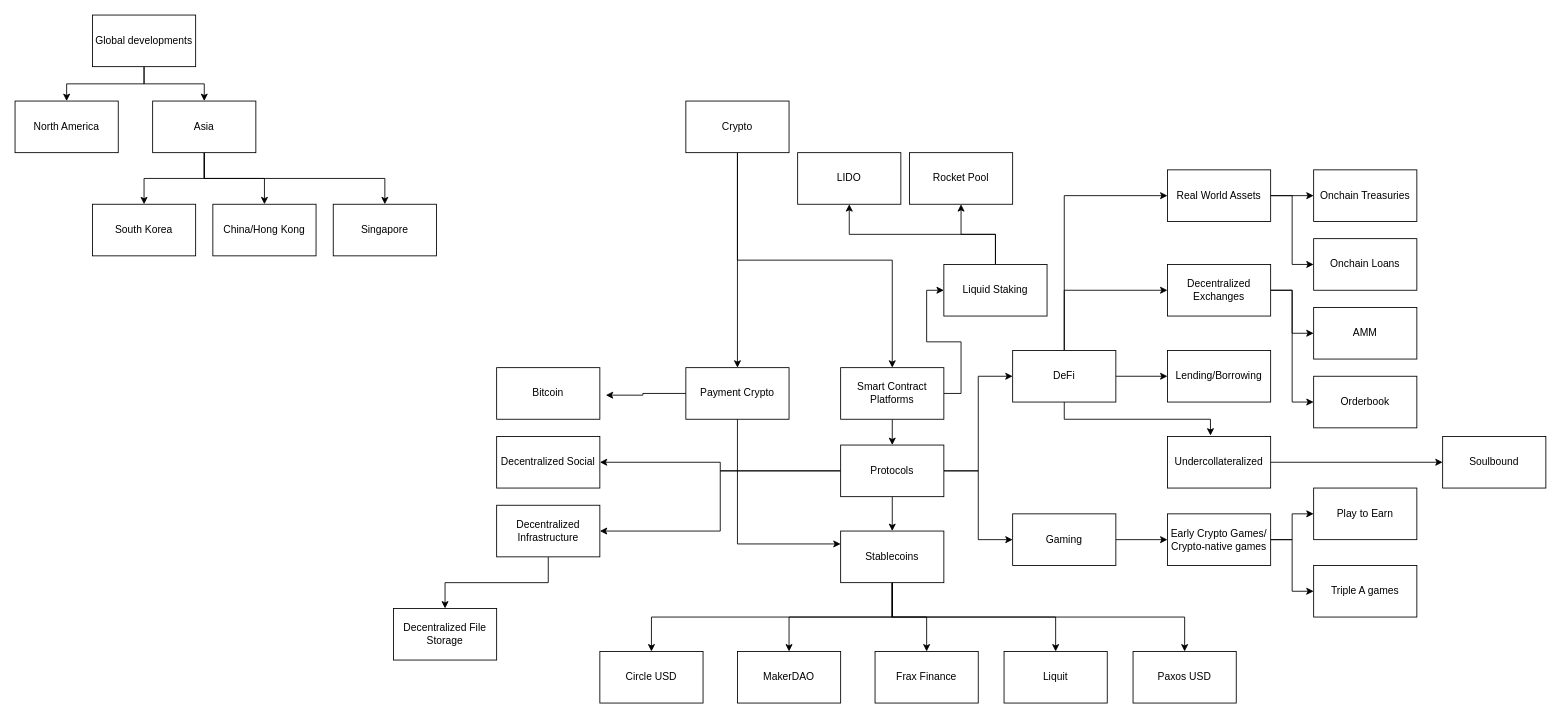
Earlier version of the draw.io diagram Untitled Diagram.drawio (mzhao8/smartcontracts). Source tidied: cells renumbered, new cells numbered last; positions are measured from the earlier drawing's top-left corner, leaving out a move shared by most shapes. Both pictures are drawn from the tidied source at 86%, with x=0, y=0 at pixel (15, 15).
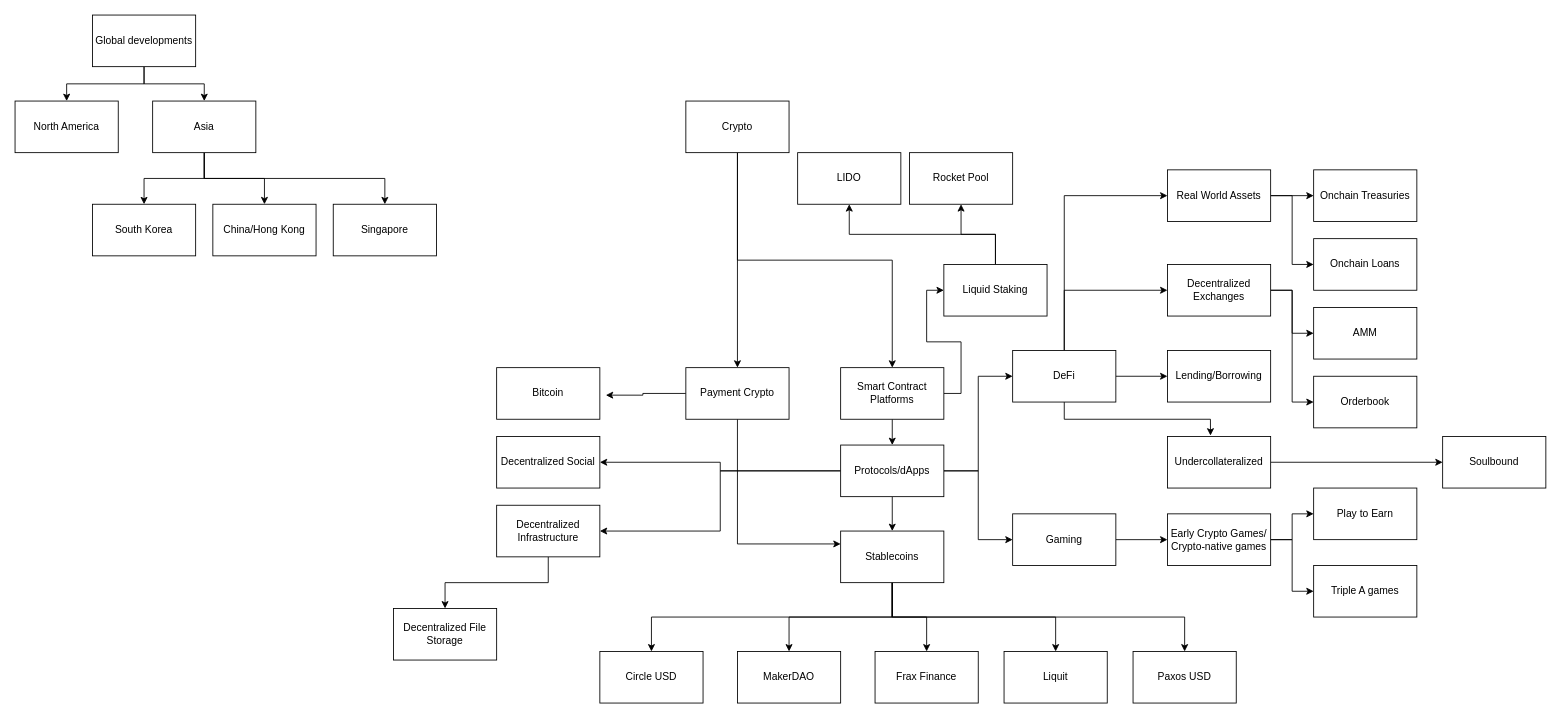
After the change.

What changed in the source:
```diff
@@
-    <mxCell id="16" value="Protocols" style="rounded=0;whiteSpace=wrap;html=1;" parent="1" vertex="1">
+    <mxCell id="16" value="Protocols/dApps" style="rounded=0;whiteSpace=wrap;html=1;" parent="1" vertex="1">
       <mxGeometry x="960" y="500" width="120" height="60" as="geometry" />
     </mxCell>
```
